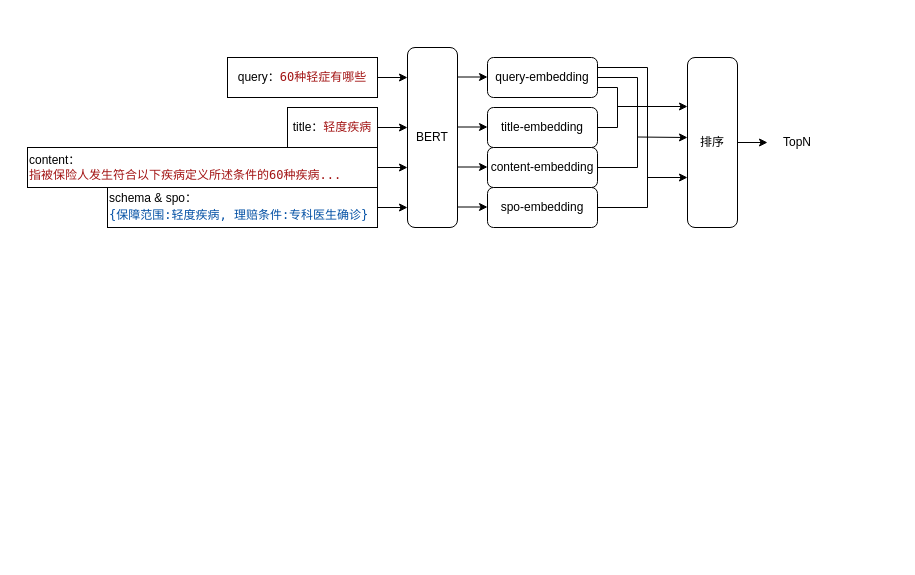
ZhangHammer/ZhangHammer keeps this draw.io diagram as 条款spo检索.drawio. Above is the earlier version. Source tidied: cells renumbered, new cells numbered last; positions are measured from the earlier drawing's top-left corner, leaving out a move shared by most shapes. Both pictures are drawn from the tidied source at 100%, with x=0, y=0 at pixel (27, 47).
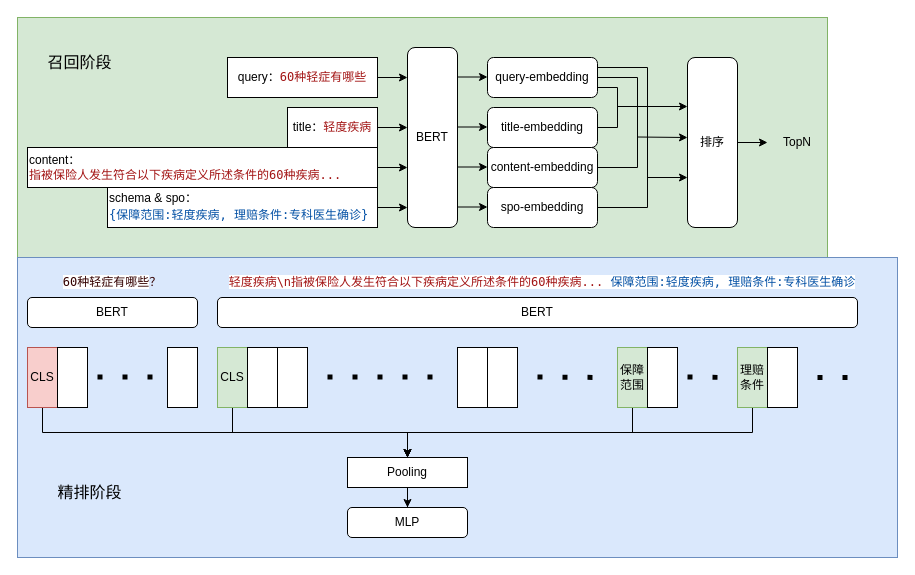
After the change.

What changed in the source:
```diff
@@
+    <mxCell id="28" style="rounded=0;whiteSpace=wrap;html=1;fillColor=#d5e8d4;strokeColor=#82b366;" parent="1" vertex="1">
+      <mxGeometry x="-10" y="-30" width="810" height="240" as="geometry" />
+    </mxCell>
+    <mxCell id="29" style="rounded=0;whiteSpace=wrap;html=1;fillColor=#dae8fc;strokeColor=#6c8ebf;" parent="1" vertex="1">
+      <mxGeometry x="-10" y="210" width="880" height="300" as="geometry" />
+    </mxCell>
@@
+    <mxCell id="30" value="&lt;span style=&quot;color: rgb(163, 21, 21); font-family: Menlo, Monaco, &amp;quot;Courier New&amp;quot;, monospace; white-space: pre; background-color: rgb(255, 255, 255);&quot;&gt;轻度疾病\n&lt;/span&gt;&lt;span style=&quot;color: rgb(163, 21, 21); font-family: Menlo, Monaco, &amp;quot;Courier New&amp;quot;, monospace; text-align: left; white-space: pre; background-color: rgb(255, 255, 255);&quot;&gt;指被保险人发生符合以下疾病定义所述条件的60种疾病... &lt;/span&gt;&lt;span style=&quot;color: rgb(4, 81, 165); font-family: Menlo, Monaco, &amp;quot;Courier New&amp;quot;, monospace; text-align: left; white-space: pre; background-color: rgb(255, 255, 255);&quot;&gt;保障范围:轻度疾病, 理赔条件:专科医生确诊&lt;/span&gt;" style="text;html=1;align=center;verticalAlign=middle;whiteSpace=wrap;rounded=0;" parent="1" vertex="1">
+      <mxGeometry x="190" y="220" width="650" height="30" as="geometry" />
+    </mxCell>
+    <mxCell id="31" value="BERT" style="rounded=1;whiteSpace=wrap;html=1;" parent="1" vertex="1">
+      <mxGeometry x="190" y="250" width="640" height="30" as="geometry" />
+    </mxCell>
+    <mxCell id="32" style="edgeStyle=orthogonalEdgeStyle;rounded=0;jettySize=auto;html=1;exitX=0.5;exitY=1;exitDx=0;exitDy=0;entryX=0.5;entryY=0;entryDx=0;entryDy=0;" parent="1" edge="1" source="33" target="50">
+      <mxGeometry relative="1" as="geometry" />
+    </mxCell>
+    <mxCell id="33" value="CLS" style="rounded=0;whiteSpace=wrap;html=1;fillColor=#d5e8d4;strokeColor=#82b366;" parent="1" vertex="1">
+      <mxGeometry x="190" y="300" width="30" height="60" as="geometry" />
+    </mxCell>
+    <mxCell id="34" style="rounded=0;whiteSpace=wrap;html=1;" parent="1" vertex="1">
+      <mxGeometry x="220" y="300" width="30" height="60" as="geometry" />
+    </mxCell>
+    <mxCell id="35" style="rounded=0;whiteSpace=wrap;html=1;" parent="1" vertex="1">
+      <mxGeometry x="250" y="300" width="30" height="60" as="geometry" />
+    </mxCell>
+    <mxCell id="36" style="edgeStyle=orthogonalEdgeStyle;rounded=0;jettySize=auto;html=1;exitX=0.5;exitY=1;exitDx=0;exitDy=0;entryX=0.5;entryY=0;entryDx=0;entryDy=0;" parent="1" edge="1" source="37" target="50">
+      <mxGeometry relative="1" as="geometry" />
+    </mxCell>
+    <mxCell id="37" value="保障范围" style="rounded=0;whiteSpace=wrap;html=1;fillColor=#d5e8d4;strokeColor=#82b366;" parent="1" vertex="1">
+      <mxGeometry x="590" y="300" width="30" height="60" as="geometry" />
+    </mxCell>
+    <mxCell id="38" style="edgeStyle=orthogonalEdgeStyle;rounded=0;jettySize=auto;html=1;exitX=0.5;exitY=1;exitDx=0;exitDy=0;entryX=0.5;entryY=0;entryDx=0;entryDy=0;" parent="1" edge="1" source="39" target="50">
+      <mxGeometry relative="1" as="geometry" />
+    </mxCell>
+    <mxCell id="39" value="理赔条件" style="rounded=0;whiteSpace=wrap;html=1;fillColor=#d5e8d4;strokeColor=#82b366;" parent="1" vertex="1">
+      <mxGeometry x="710" y="300" width="30" height="60" as="geometry" />
+    </mxCell>
+    <mxCell id="40" style="endArrow=none;dashed=1;html=1;rounded=0;dashPattern=1 4;strokeWidth=5;" parent="1" edge="1">
+      <mxGeometry relative="1" as="geometry">
+        <mxPoint x="300" y="329.5" as="sourcePoint" />
+        <mxPoint x="410" y="329.5" as="targetPoint" />
+      </mxGeometry>
+    </mxCell>
+    <mxCell id="41" style="endArrow=none;dashed=1;html=1;rounded=0;dashPattern=1 4;strokeWidth=5;" parent="1" edge="1">
+      <mxGeometry relative="1" as="geometry">
+        <mxPoint x="790" y="330" as="sourcePoint" />
+        <mxPoint x="830" y="330" as="targetPoint" />
+      </mxGeometry>
+    </mxCell>
+    <mxCell id="42" style="rounded=0;whiteSpace=wrap;html=1;" parent="1" vertex="1">
+      <mxGeometry x="620" y="300" width="30" height="60" as="geometry" />
+    </mxCell>
+    <mxCell id="43" style="rounded=0;whiteSpace=wrap;html=1;" parent="1" vertex="1">
+      <mxGeometry x="740" y="300" width="30" height="60" as="geometry" />
+    </mxCell>
+    <mxCell id="44" value="&lt;font color=&quot;#330000&quot;&gt;&lt;span style=&quot;font-family: Menlo, Monaco, &amp;quot;Courier New&amp;quot;, monospace; white-space: pre; background-color: rgb(255, 255, 255);&quot;&gt;60种轻症有哪些&lt;/span&gt;？&lt;/font&gt;" style="text;html=1;align=center;verticalAlign=middle;whiteSpace=wrap;rounded=0;" parent="1" vertex="1">
+      <mxGeometry y="220" width="170" height="30" as="geometry" />
+    </mxCell>
+    <mxCell id="45" value="BERT" style="rounded=1;whiteSpace=wrap;html=1;" parent="1" vertex="1">
+      <mxGeometry y="250" width="170" height="30" as="geometry" />
+    </mxCell>
+    <mxCell id="46" style="edgeStyle=orthogonalEdgeStyle;rounded=0;jettySize=auto;html=1;exitX=0.5;exitY=1;exitDx=0;exitDy=0;entryX=0.5;entryY=0;entryDx=0;entryDy=0;" parent="1" edge="1" source="47" target="50">
+      <mxGeometry relative="1" as="geometry" />
+    </mxCell>
+    <mxCell id="47" value="CLS" style="rounded=0;whiteSpace=wrap;html=1;fillColor=#f8cecc;strokeColor=#b85450;" parent="1" vertex="1">
+      <mxGeometry y="300" width="30" height="60" as="geometry" />
+    </mxCell>
+    <mxCell id="48" style="rounded=0;whiteSpace=wrap;html=1;" parent="1" vertex="1">
+      <mxGeometry x="30" y="300" width="30" height="60" as="geometry" />
+    </mxCell>
+    <mxCell id="49" style="edgeStyle=orthogonalEdgeStyle;rounded=0;jettySize=auto;html=1;" parent="1" edge="1" source="50" target="51">
+      <mxGeometry relative="1" as="geometry" />
+    </mxCell>
+    <mxCell id="50" value="Pooling" style="rounded=0;whiteSpace=wrap;html=1;" parent="1" vertex="1">
+      <mxGeometry x="320" y="410" width="120" height="30" as="geometry" />
+    </mxCell>
+    <mxCell id="51" value="MLP" style="rounded=1;whiteSpace=wrap;html=1;" parent="1" vertex="1">
+      <mxGeometry x="320" y="460" width="120" height="30" as="geometry" />
+    </mxCell>
+    <mxCell id="52" style="rounded=0;whiteSpace=wrap;html=1;" parent="1" vertex="1">
+      <mxGeometry x="140" y="300" width="30" height="60" as="geometry" />
+    </mxCell>
+    <mxCell id="53" style="endArrow=none;dashed=1;html=1;rounded=0;dashPattern=1 4;strokeWidth=5;" parent="1" edge="1">
+      <mxGeometry relative="1" as="geometry">
+        <mxPoint x="70" y="329.5" as="sourcePoint" />
+        <mxPoint x="130" y="329.5" as="targetPoint" />
+      </mxGeometry>
+    </mxCell>
+    <mxCell id="54" style="rounded=0;whiteSpace=wrap;html=1;" parent="1" vertex="1">
+      <mxGeometry x="430" y="300" width="30" height="60" as="geometry" />
+    </mxCell>
+    <mxCell id="55" style="rounded=0;whiteSpace=wrap;html=1;" parent="1" vertex="1">
+      <mxGeometry x="460" y="300" width="30" height="60" as="geometry" />
+    </mxCell>
+    <mxCell id="56" style="endArrow=none;dashed=1;html=1;rounded=0;dashPattern=1 4;strokeWidth=5;" parent="1" edge="1">
+      <mxGeometry relative="1" as="geometry">
+        <mxPoint x="510" y="329.5" as="sourcePoint" />
+        <mxPoint x="580" y="330" as="targetPoint" />
+      </mxGeometry>
+    </mxCell>
+    <mxCell id="57" style="endArrow=none;dashed=1;html=1;rounded=0;dashPattern=1 4;strokeWidth=5;" parent="1" edge="1">
+      <mxGeometry relative="1" as="geometry">
+        <mxPoint x="660" y="329.5" as="sourcePoint" />
+        <mxPoint x="700" y="330" as="targetPoint" />
+      </mxGeometry>
+    </mxCell>
+    <mxCell id="58" value="召回阶段" style="text;html=1;align=center;verticalAlign=middle;whiteSpace=wrap;rounded=0;fontSize=16;" parent="1" vertex="1">
+      <mxGeometry width="105" height="30" as="geometry" />
+    </mxCell>
+    <mxCell id="59" value="精排阶段" style="text;html=1;align=center;verticalAlign=middle;whiteSpace=wrap;rounded=0;fontSize=16;" parent="1" vertex="1">
+      <mxGeometry x="10" y="430" width="105" height="30" as="geometry" />
+    </mxCell>
```
